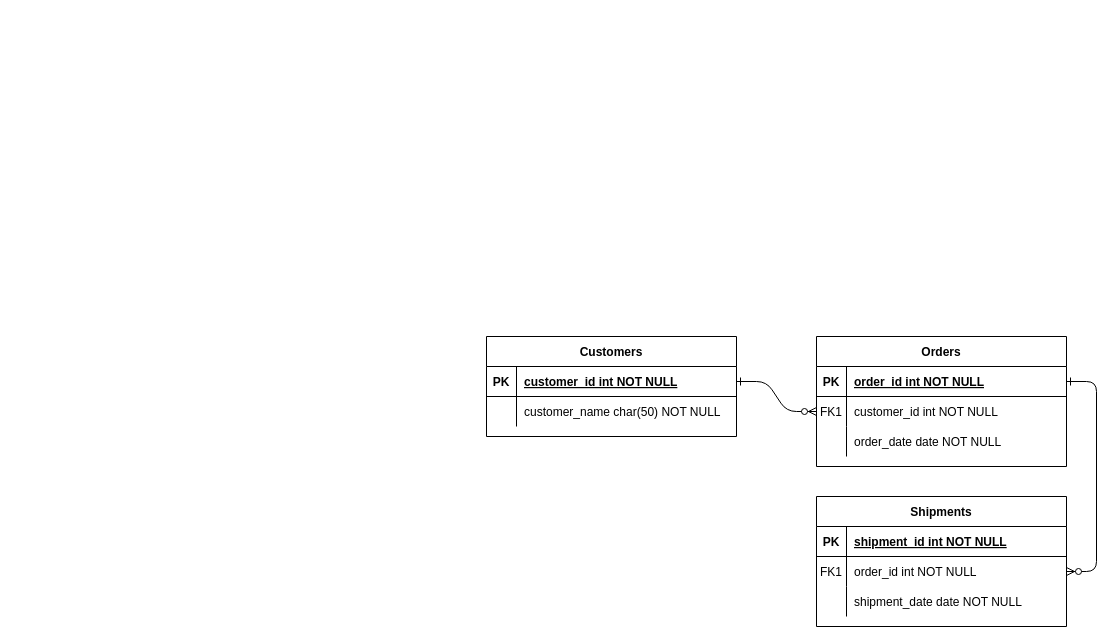
Earlier version of the draw.io diagram Untitled Diagram.drawio (frankddiazr/ActividadFinal-VisualizacionDatos). Source tidied: cells renumbered, new cells numbered last; positions are measured from the earlier drawing's top-left corner, leaving out a move shared by most shapes. Both pictures are drawn from the tidied source at 100%, with x=0, y=0 at pixel (486, 336).
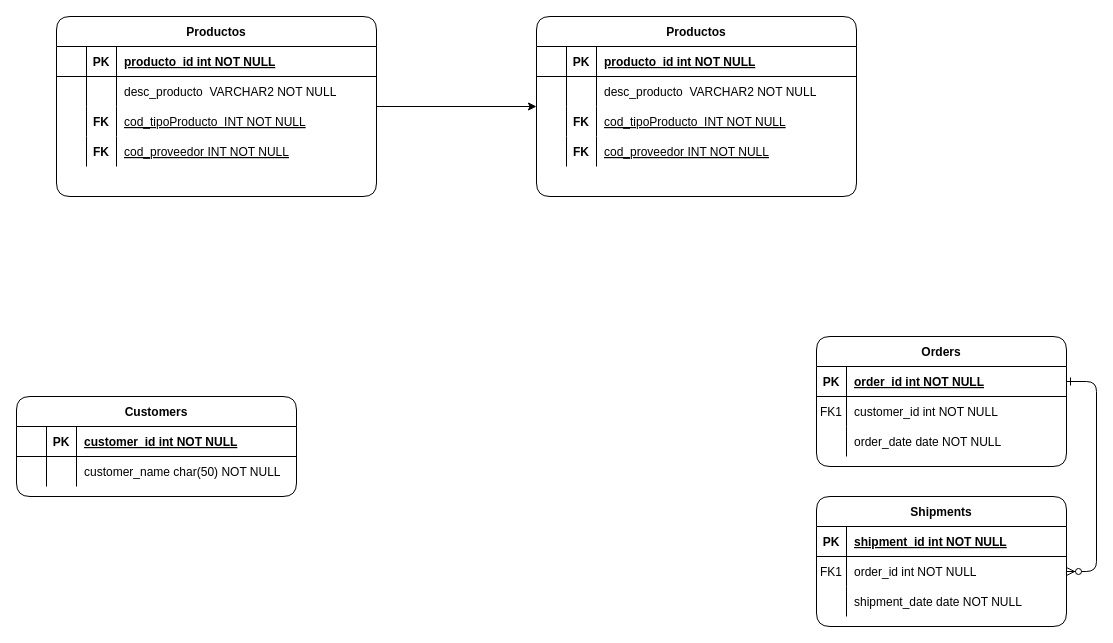
The same page after the edit.

The change refers to these unchanged cells:
```xml
<mxCell id="8" style="shape=partialRectangle;fillColor=none;points=[[0,0.5],[1,0.5]];portConstraint=eastwest;top=0;left=0;right=0;bottom=0;" parent="4" vertex="1">
  <mxGeometry y="60" width="250" height="30" as="geometry" />
</mxCell>
```

The edit, as a diff of the source:
```diff
@@
-    <mxCell id="2" style="edgeStyle=entityRelationEdgeStyle;endArrow=ERzeroToMany;startArrow=ERone;endFill=1;startFill=0;" parent="1" edge="1" source="25" target="8">
-      <mxGeometry relative="1" as="geometry" />
-    </mxCell>
@@
-    <mxCell id="4" value="Orders" style="shape=table;startSize=30;childLayout=tableLayout;rowLines=0;fontStyle=1;align=center;" parent="1" vertex="1">
+    <mxCell id="4" value="Orders" style="shape=table;startSize=30;childLayout=tableLayout;rowLines=0;fontStyle=1;align=center;rounded=1;" parent="1" vertex="1">
       <mxGeometry x="330" width="250" height="130" as="geometry" />
     </mxCell>
@@
-    <mxCell id="14" value="Shipments" style="shape=table;startSize=30;childLayout=tableLayout;rowLines=0;fontStyle=1;align=center;" parent="1" vertex="1">
+    <mxCell id="14" value="Shipments" style="shape=table;startSize=30;childLayout=tableLayout;rowLines=0;fontStyle=1;align=center;rounded=1;" parent="1" vertex="1">
       <mxGeometry x="330" y="160" width="250" height="130" as="geometry" />
     </mxCell>
@@
-    <mxCell id="24" value="Customers" style="shape=table;startSize=30;childLayout=tableLayout;rowLines=0;fontStyle=1;align=center;" parent="1" vertex="1">
-      <mxGeometry width="250" height="100" as="geometry" />
+    <mxCell id="24" value="Customers" style="shape=table;startSize=30;childLayout=tableLayout;rowLines=0;fontStyle=1;align=center;rounded=1;" parent="1" vertex="1">
+      <mxGeometry x="-470" y="60" width="280" height="100" as="geometry" />
     </mxCell>
     <mxCell id="25" style="shape=partialRectangle;fillColor=none;points=[[0,0.5],[1,0.5]];portConstraint=eastwest;top=0;left=0;right=0;bottom=1;" parent="24" vertex="1">
-      <mxGeometry y="30" width="250" height="30" as="geometry" />
+      <mxGeometry y="30" width="280" height="30" as="geometry" />
     </mxCell>
+    <mxCell id="31" style="shape=partialRectangle;overflow=hidden;fillColor=none;top=0;left=0;bottom=0;right=0;fontStyle=1;" parent="25" vertex="1">
+      <mxGeometry width="30" height="30" as="geometry" />
+    </mxCell>
     <mxCell id="26" value="PK" style="shape=partialRectangle;overflow=hidden;fillColor=none;top=0;left=0;bottom=0;right=0;fontStyle=1;" parent="25" vertex="1">
-      <mxGeometry width="30" height="30" as="geometry" />
+      <mxGeometry x="30" width="30" height="30" as="geometry" />
     </mxCell>
     <mxCell id="27" value="customer_id int NOT NULL " style="shape=partialRectangle;overflow=hidden;fillColor=none;top=0;left=0;bottom=0;right=0;align=left;spacingLeft=6;fontStyle=5;" parent="25" vertex="1">
-      <mxGeometry x="30" width="220" height="30" as="geometry" />
+      <mxGeometry x="60" width="220" height="30" as="geometry" />
     </mxCell>
     <mxCell id="28" style="shape=partialRectangle;fillColor=none;top=0;left=0;right=0;bottom=0;" parent="24" vertex="1">
-      <mxGeometry y="60" width="250" height="30" as="geometry" />
+      <mxGeometry y="60" width="280" height="30" as="geometry" />
     </mxCell>
+    <mxCell id="32" style="shape=partialRectangle;overflow=hidden;fillColor=none;top=0;left=0;bottom=0;right=0;" parent="28" vertex="1">
+      <mxGeometry width="30" height="30" as="geometry" />
+    </mxCell>
     <mxCell id="29" style="shape=partialRectangle;overflow=hidden;fillColor=none;top=0;left=0;bottom=0;right=0;" parent="28" vertex="1">
-      <mxGeometry width="30" height="30" as="geometry" />
+      <mxGeometry x="30" width="30" height="30" as="geometry" />
     </mxCell>
     <mxCell id="30" value="customer_name char(50) NOT NULL" style="shape=partialRectangle;overflow=hidden;fillColor=none;top=0;left=0;bottom=0;right=0;align=left;spacingLeft=6;" parent="28" vertex="1">
-      <mxGeometry x="30" width="220" height="30" as="geometry" />
+      <mxGeometry x="60" width="220" height="30" as="geometry" />
     </mxCell>
+    <mxCell id="33" style="edgeStyle=orthogonalEdgeStyle;rounded=0;jettySize=auto;html=1;" parent="1" edge="1" source="34" target="51">
+      <mxGeometry relative="1" as="geometry" />
+    </mxCell>
+    <mxCell id="34" value="Productos" style="shape=table;startSize=30;childLayout=tableLayout;rowLines=0;fontStyle=1;align=center;sketch=0;shadow=0;rounded=1;swimlaneLine=1;" parent="1" vertex="1">
+      <mxGeometry x="-430" y="-320" width="320" height="180" as="geometry" />
+    </mxCell>
+    <mxCell id="35" style="shape=partialRectangle;fillColor=none;top=0;left=0;right=0;bottom=1;" parent="34" vertex="1">
+      <mxGeometry y="30" width="320" height="30" as="geometry" />
+    </mxCell>
+    <mxCell id="36" style="shape=partialRectangle;overflow=hidden;fillColor=none;top=0;left=0;bottom=0;right=0;fontStyle=1;" parent="35" vertex="1">
+      <mxGeometry width="30" height="30" as="geometry" />
+    </mxCell>
+    <mxCell id="37" value="PK" style="shape=partialRectangle;overflow=hidden;fillColor=none;top=0;left=0;bottom=0;right=0;fontStyle=1;" parent="35" vertex="1">
+      <mxGeometry x="30" width="30" height="30" as="geometry" />
+    </mxCell>
+    <mxCell id="38" value="producto_id int NOT NULL " style="shape=partialRectangle;overflow=hidden;fillColor=none;top=0;left=0;bottom=0;right=0;align=left;spacingLeft=6;fontStyle=5;" parent="35" vertex="1">
+      <mxGeometry x="60" width="260" height="30" as="geometry" />
+    </mxCell>
+    <mxCell id="39" style="shape=partialRectangle;fillColor=none;top=0;left=0;right=0;bottom=0;" parent="34" vertex="1">
+      <mxGeometry y="60" width="320" height="30" as="geometry" />
+    </mxCell>
+    <mxCell id="40" style="shape=partialRectangle;overflow=hidden;fillColor=none;top=0;left=0;bottom=0;right=0;" parent="39" vertex="1">
+      <mxGeometry width="30" height="30" as="geometry" />
+    </mxCell>
+    <mxCell id="41" style="shape=partialRectangle;overflow=hidden;fillColor=none;top=0;left=0;bottom=0;right=0;" parent="39" vertex="1">
+      <mxGeometry x="30" width="30" height="30" as="geometry" />
+    </mxCell>
+    <mxCell id="42" value="desc_producto  VARCHAR2 NOT NULL" style="shape=partialRectangle;overflow=hidden;fillColor=none;top=0;left=0;bottom=0;right=0;align=left;spacingLeft=6;strokeWidth=1;perimeterSpacing=1;" parent="39" vertex="1">
+      <mxGeometry x="60" width="260" height="30" as="geometry" />
+    </mxCell>
+    <mxCell id="43" style="shape=partialRectangle;fillColor=none;top=0;left=0;right=0;bottom=0;" parent="34" vertex="1">
+      <mxGeometry y="90" width="320" height="30" as="geometry" />
+    </mxCell>
+    <mxCell id="44" style="shape=partialRectangle;overflow=hidden;fillColor=none;top=0;left=0;bottom=0;right=0;" parent="43" vertex="1">
+      <mxGeometry width="30" height="30" as="geometry" />
+    </mxCell>
+    <mxCell id="45" value="FK" style="shape=partialRectangle;overflow=hidden;fillColor=none;top=0;left=0;bottom=0;right=0;fontStyle=1;" parent="43" vertex="1">
+      <mxGeometry x="30" width="30" height="30" as="geometry" />
+    </mxCell>
+    <mxCell id="46" value="cod_tipoProducto  INT NOT NULL" style="shape=partialRectangle;overflow=hidden;fillColor=none;top=0;left=0;bottom=0;right=0;align=left;spacingLeft=6;fontStyle=4;" parent="43" vertex="1">
+      <mxGeometry x="60" width="260" height="30" as="geometry" />
+    </mxCell>
+    <mxCell id="47" style="shape=partialRectangle;fillColor=none;top=0;left=0;right=0;bottom=0;" parent="34" vertex="1">
+      <mxGeometry y="120" width="320" height="30" as="geometry" />
+    </mxCell>
+    <mxCell id="48" style="shape=partialRectangle;overflow=hidden;fillColor=none;top=0;left=0;bottom=0;right=0;" parent="47" vertex="1">
+      <mxGeometry width="30" height="30" as="geometry" />
+    </mxCell>
+    <mxCell id="49" value="FK" style="shape=partialRectangle;overflow=hidden;fillColor=none;top=0;left=0;bottom=0;right=0;fontStyle=1;" parent="47" vertex="1">
+      <mxGeometry x="30" width="30" height="30" as="geometry" />
+    </mxCell>
+    <mxCell id="50" value="cod_proveedor INT NOT NULL" style="shape=partialRectangle;overflow=hidden;fillColor=none;top=0;left=0;bottom=0;right=0;align=left;spacingLeft=6;fontStyle=4;" parent="47" vertex="1">
+      <mxGeometry x="60" width="260" height="30" as="geometry" />
+    </mxCell>
+    <mxCell id="51" value="Productos" style="shape=table;startSize=30;childLayout=tableLayout;rowLines=0;fontStyle=1;align=center;sketch=0;shadow=0;rounded=1;swimlaneLine=1;" parent="1" vertex="1">
+      <mxGeometry x="50" y="-320" width="320" height="180" as="geometry" />
+    </mxCell>
+    <mxCell id="52" style="shape=partialRectangle;fillColor=none;top=0;left=0;right=0;bottom=1;" parent="51" vertex="1">
+      <mxGeometry y="30" width="320" height="30" as="geometry" />
+    </mxCell>
+    <mxCell id="53" style="shape=partialRectangle;overflow=hidden;fillColor=none;top=0;left=0;bottom=0;right=0;fontStyle=1;" parent="52" vertex="1">
+      <mxGeometry width="30" height="30" as="geometry" />
+    </mxCell>
+    <mxCell id="54" value="PK" style="shape=partialRectangle;overflow=hidden;fillColor=none;top=0;left=0;bottom=0;right=0;fontStyle=1;" parent="52" vertex="1">
+      <mxGeometry x="30" width="30" height="30" as="geometry" />
+    </mxCell>
+    <mxCell id="55" value="producto_id int NOT NULL " style="shape=partialRectangle;overflow=hidden;fillColor=none;top=0;left=0;bottom=0;right=0;align=left;spacingLeft=6;fontStyle=5;" parent="52" vertex="1">
+      <mxGeometry x="60" width="260" height="30" as="geometry" />
+    </mxCell>
+    <mxCell id="56" style="shape=partialRectangle;fillColor=none;top=0;left=0;right=0;bottom=0;" parent="51" vertex="1">
+      <mxGeometry y="60" width="320" height="30" as="geometry" />
+    </mxCell>
+    <mxCell id="57" style="shape=partialRectangle;overflow=hidden;fillColor=none;top=0;left=0;bottom=0;right=0;" parent="56" vertex="1">
+      <mxGeometry width="30" height="30" as="geometry" />
+    </mxCell>
+    <mxCell id="58" style="shape=partialRectangle;overflow=hidden;fillColor=none;top=0;left=0;bottom=0;right=0;" parent="56" vertex="1">
+      <mxGeometry x="30" width="30" height="30" as="geometry" />
+    </mxCell>
+    <mxCell id="59" value="desc_producto  VARCHAR2 NOT NULL" style="shape=partialRectangle;overflow=hidden;fillColor=none;top=0;left=0;bottom=0;right=0;align=left;spacingLeft=6;strokeWidth=1;perimeterSpacing=1;" parent="56" vertex="1">
+      <mxGeometry x="60" width="260" height="30" as="geometry" />
+    </mxCell>
+    <mxCell id="60" style="shape=partialRectangle;fillColor=none;top=0;left=0;right=0;bottom=0;" parent="51" vertex="1">
+      <mxGeometry y="90" width="320" height="30" as="geometry" />
+    </mxCell>
+    <mxCell id="61" style="shape=partialRectangle;overflow=hidden;fillColor=none;top=0;left=0;bottom=0;right=0;" parent="60" vertex="1">
+      <mxGeometry width="30" height="30" as="geometry" />
+    </mxCell>
+    <mxCell id="62" value="FK" style="shape=partialRectangle;overflow=hidden;fillColor=none;top=0;left=0;bottom=0;right=0;fontStyle=1;" parent="60" vertex="1">
+      <mxGeometry x="30" width="30" height="30" as="geometry" />
+    </mxCell>
+    <mxCell id="63" value="cod_tipoProducto  INT NOT NULL" style="shape=partialRectangle;overflow=hidden;fillColor=none;top=0;left=0;bottom=0;right=0;align=left;spacingLeft=6;fontStyle=4;" parent="60" vertex="1">
+      <mxGeometry x="60" width="260" height="30" as="geometry" />
+    </mxCell>
+    <mxCell id="64" style="shape=partialRectangle;fillColor=none;top=0;left=0;right=0;bottom=0;" parent="51" vertex="1">
+      <mxGeometry y="120" width="320" height="30" as="geometry" />
+    </mxCell>
+    <mxCell id="65" style="shape=partialRectangle;overflow=hidden;fillColor=none;top=0;left=0;bottom=0;right=0;" parent="64" vertex="1">
+      <mxGeometry width="30" height="30" as="geometry" />
+    </mxCell>
+    <mxCell id="66" value="FK" style="shape=partialRectangle;overflow=hidden;fillColor=none;top=0;left=0;bottom=0;right=0;fontStyle=1;" parent="64" vertex="1">
+      <mxGeometry x="30" width="30" height="30" as="geometry" />
+    </mxCell>
+    <mxCell id="67" value="cod_proveedor INT NOT NULL" style="shape=partialRectangle;overflow=hidden;fillColor=none;top=0;left=0;bottom=0;right=0;align=left;spacingLeft=6;fontStyle=4;" parent="64" vertex="1">
+      <mxGeometry x="60" width="260" height="30" as="geometry" />
+    </mxCell>
```
